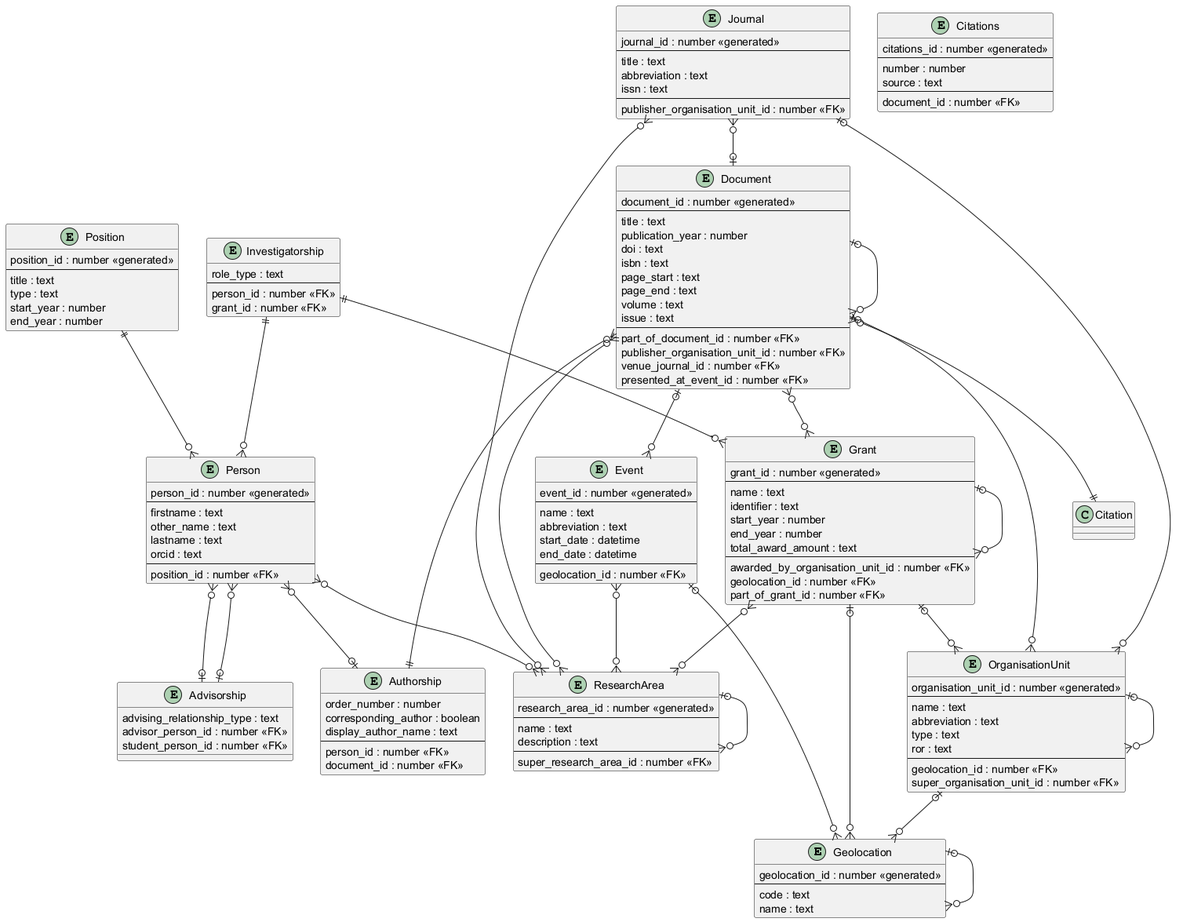
The PlantUML diagram diagrams/vivo.png in chenejac/VIVO-RDBMS, before a commit.
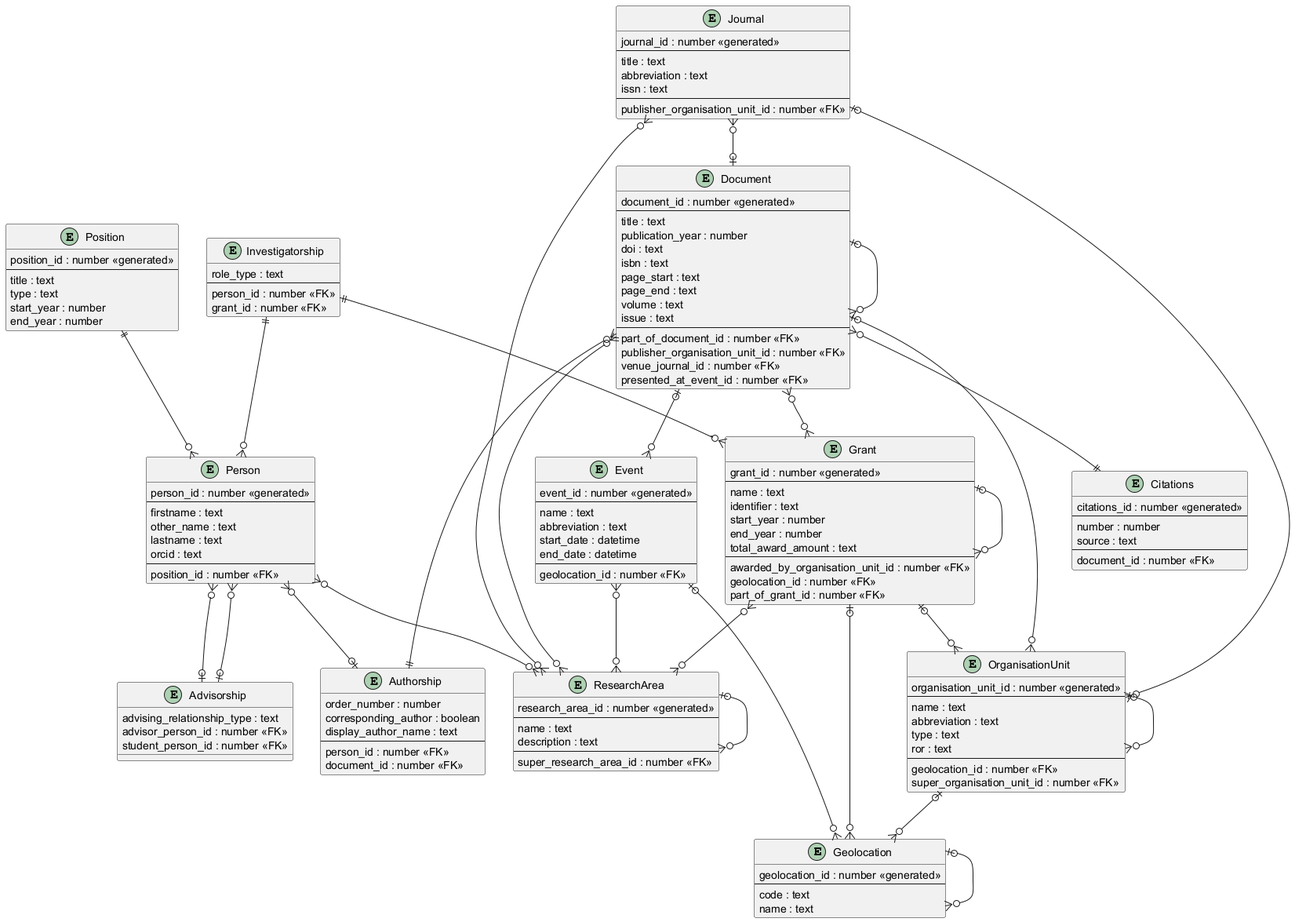
Above is the later version.

Commit message:
Fix citation(s) relation

Diff of the diagram source:
```diff
@@ -97,7 +97,7 @@
 }
 
 Document }o--o{ ResearchArea
-Document }o--|| Citation
+Document }o--|| Citations
 Document |o--o{ Document
 Document |o--o{ OrganisationUnit
 
```
